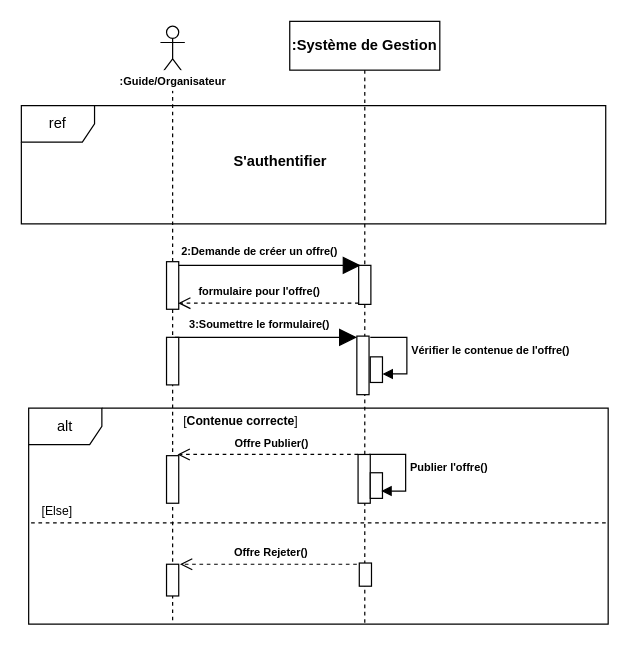
This is Diagramme sequence4.drawio from louis-fresnel99/TpGasaL1, a draw.io file, before an edit. Source tidied: cells renumbered, new cells numbered last; positions are measured from the earlier drawing's top-left corner, leaving out a move shared by most shapes. Both pictures are drawn from the tidied source at 122%, with x=0, y=0 at pixel (21, 21).
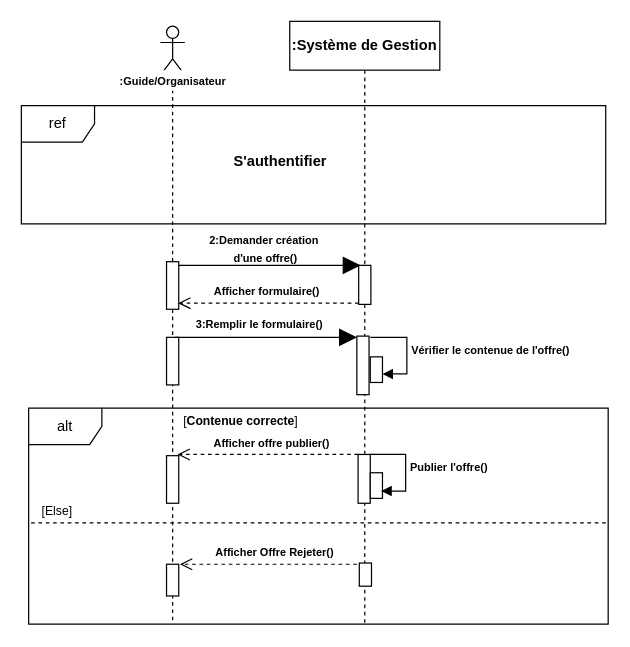
The same diagram, later.

Commit message:
Mettre à jour Diagramme sequence4.drawio

Diff of the diagram source:
```diff
@@
-    <mxCell id="15" value="&lt;font style=&quot;color: light-dark(rgb(0, 0, 0), rgb(0, 0, 0)); font-size: 9px;&quot;&gt;&lt;b&gt;3:Soumettre le formulaire()&lt;/b&gt;&lt;/font&gt;" style="text;html=1;align=center;verticalAlign=middle;whiteSpace=wrap;rounded=0;" parent="1" vertex="1">
+    <mxCell id="15" value="&lt;font style=&quot;color: light-dark(rgb(0, 0, 0), rgb(0, 0, 0)); font-size: 9px;&quot;&gt;&lt;b&gt;3:Remplir le formulaire()&lt;/b&gt;&lt;/font&gt;" style="text;html=1;align=center;verticalAlign=middle;whiteSpace=wrap;rounded=0;" parent="1" vertex="1">
       <mxGeometry x="122.6" y="239" width="145.1" height="17" as="geometry" />
     </mxCell>
@@
-    <mxCell id="17" value="&lt;font style=&quot;color: light-dark(rgb(0, 0, 0), rgb(0, 0, 0)); font-size: 9px;&quot;&gt;&lt;b&gt;Offre Publier()&lt;/b&gt;&lt;/font&gt;" style="text;html=1;align=center;verticalAlign=middle;whiteSpace=wrap;rounded=0;" parent="1" vertex="1">
+    <mxCell id="17" value="&lt;font style=&quot;color: light-dark(rgb(0, 0, 0), rgb(0, 0, 0)); font-size: 9px;&quot;&gt;&lt;b&gt;Afficher offre publier()&lt;/b&gt;&lt;/font&gt;" style="text;html=1;align=center;verticalAlign=middle;whiteSpace=wrap;rounded=0;" parent="1" vertex="1">
       <mxGeometry x="157.3" y="336" width="97" height="17" as="geometry" />
     </mxCell>
@@
-    <mxCell id="21" value="&lt;b style=&quot;font-size: 9px;&quot;&gt;Offre Rejeter()&lt;/b&gt;" style="text;html=1;align=center;verticalAlign=middle;whiteSpace=wrap;rounded=0;" parent="1" vertex="1">
-      <mxGeometry x="157.6" y="426" width="94.4" height="17" as="geometry" />
+    <mxCell id="21" value="&lt;b style=&quot;font-size: 9px;&quot;&gt;Afficher Offre Rejeter()&lt;/b&gt;" style="text;html=1;align=center;verticalAlign=middle;whiteSpace=wrap;rounded=0;" parent="1" vertex="1">
+      <mxGeometry x="151" y="426" width="114.4" height="17" as="geometry" />
     </mxCell>
@@
-    <mxCell id="23" value="&lt;font style=&quot;font-size: 9px;&quot;&gt;&lt;b&gt;2:Demande de créer un offre()&lt;/b&gt;&lt;/font&gt;" style="text;html=1;align=center;verticalAlign=middle;whiteSpace=wrap;rounded=0;" parent="1" vertex="1">
-      <mxGeometry x="123" y="177" width="144.7" height="22" as="geometry" />
+    <mxCell id="23" value="&lt;font style=&quot;font-size: 9px;&quot;&gt;&lt;b&gt;2:Demander création&amp;nbsp;&lt;/b&gt;&lt;/font&gt;&lt;div&gt;&lt;font style=&quot;font-size: 9px;&quot;&gt;&lt;b&gt;d'une offre()&lt;/b&gt;&lt;/font&gt;&lt;/div&gt;" style="text;html=1;align=center;verticalAlign=middle;whiteSpace=wrap;rounded=0;" parent="1" vertex="1">
+      <mxGeometry x="128" y="175" width="144.7" height="22" as="geometry" />
     </mxCell>
@@
-    <mxCell id="31" value="&lt;font style=&quot;font-size: 9px;&quot;&gt;&lt;b&gt;formulaire pour l'offre()&lt;/b&gt;&lt;/font&gt;" style="text;html=1;align=center;verticalAlign=middle;whiteSpace=wrap;rounded=0;" parent="1" vertex="1">
-      <mxGeometry x="123" y="210" width="144.7" height="22" as="geometry" />
+    <mxCell id="31" value="&lt;font style=&quot;font-size: 9px;&quot;&gt;&lt;b&gt;Afficher formulaire()&lt;/b&gt;&lt;/font&gt;" style="text;html=1;align=center;verticalAlign=middle;whiteSpace=wrap;rounded=0;" parent="1" vertex="1">
+      <mxGeometry x="129" y="210" width="144.7" height="22" as="geometry" />
     </mxCell>
```
